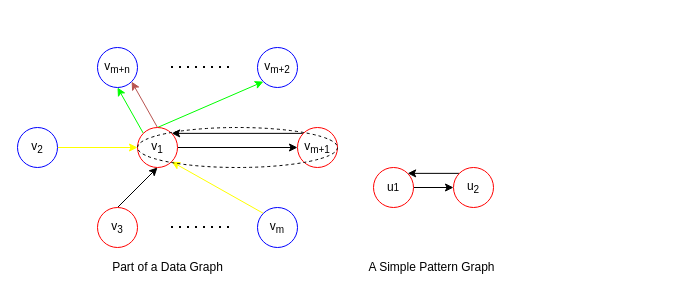
E-Neo/opgm-paper keeps this draw.io diagram as img/celebrity_star.drawio. Above is the earlier version. Source tidied: cells renumbered, new cells numbered last; positions are measured from the earlier drawing's top-left corner, leaving out a move shared by most shapes. Both pictures are drawn from the tidied source at 100%, with x=0, y=0 at pixel (17, 47).
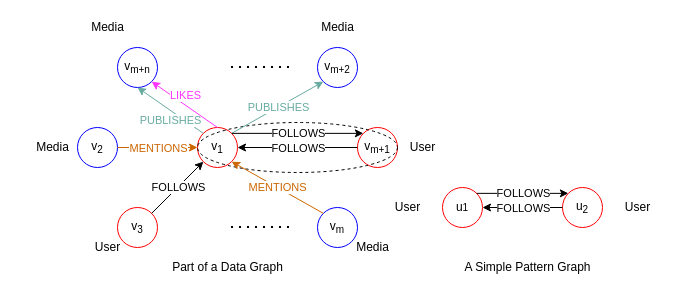
Above is the later version.

Change to the diagram source:
```diff
@@
-    <mxCell id="2" style="edgeStyle=none;rounded=0;jettySize=auto;html=1;exitX=1;exitY=0.5;exitDx=0;exitDy=0;entryX=0;entryY=0.5;entryDx=0;entryDy=0;" parent="1" edge="1" source="6" target="12">
-      <mxGeometry relative="1" as="geometry" />
-    </mxCell>
-    <mxCell id="3" style="rounded=0;jettySize=auto;html=1;exitX=0;exitY=0;exitDx=0;exitDy=0;entryX=0.5;entryY=1;entryDx=0;entryDy=0;strokeColor=#00FF00;" parent="1" edge="1" source="6" target="22">
-      <mxGeometry relative="1" as="geometry" />
-    </mxCell>
-    <mxCell id="4" style="edgeStyle=none;rounded=0;jettySize=auto;html=1;exitX=0.5;exitY=0;exitDx=0;exitDy=0;entryX=0;entryY=1;entryDx=0;entryDy=0;strokeColor=#00FF00;" parent="1" edge="1" source="6" target="23">
-      <mxGeometry relative="1" as="geometry" />
-    </mxCell>
-    <mxCell id="5" style="rounded=0;jettySize=auto;html=1;exitX=0.5;exitY=0;exitDx=0;exitDy=0;entryX=1;entryY=1;entryDx=0;entryDy=0;fillColor=#f8cecc;strokeColor=#b85450;" parent="1" edge="1" source="6" target="22">
-      <mxGeometry relative="1" as="geometry" />
-    </mxCell>
     <mxCell id="6" value="v&lt;sub&gt;1&lt;/sub&gt;" style="ellipse;whiteSpace=wrap;html=1;strokeColor=#FF0000;" parent="1" vertex="1">
-      <mxGeometry x="120" y="80" width="40" height="40" as="geometry" />
+      <mxGeometry x="180" y="80" width="40" height="40" as="geometry" />
     </mxCell>
-    <mxCell id="7" style="edgeStyle=none;rounded=0;jettySize=auto;html=1;exitX=1;exitY=0.5;exitDx=0;exitDy=0;strokeColor=#FFFF00;" parent="1" edge="1" source="8" target="6">
-      <mxGeometry relative="1" as="geometry" />
-    </mxCell>
     <mxCell id="8" value="v&lt;sub&gt;2&lt;/sub&gt;" style="ellipse;whiteSpace=wrap;html=1;strokeColor=#0000FF;" parent="1" vertex="1">
-      <mxGeometry y="80" width="40" height="40" as="geometry" />
+      <mxGeometry x="60" y="80" width="40" height="40" as="geometry" />
     </mxCell>
-    <mxCell id="9" style="edgeStyle=none;rounded=0;jettySize=auto;html=1;exitX=0.5;exitY=0;exitDx=0;exitDy=0;entryX=0.5;entryY=1;entryDx=0;entryDy=0;" parent="1" edge="1" source="10" target="6">
-      <mxGeometry relative="1" as="geometry" />
-    </mxCell>
     <mxCell id="10" value="v&lt;sub&gt;3&lt;/sub&gt;" style="ellipse;whiteSpace=wrap;html=1;strokeColor=#FF0000;" parent="1" vertex="1">
-      <mxGeometry x="80" y="160" width="40" height="40" as="geometry" />
+      <mxGeometry x="100" y="160" width="40" height="40" as="geometry" />
     </mxCell>
-    <mxCell id="11" style="edgeStyle=none;rounded=0;jettySize=auto;html=1;exitX=0;exitY=0;exitDx=0;exitDy=0;entryX=1;entryY=0;entryDx=0;entryDy=0;" parent="1" edge="1" source="12" target="6">
-      <mxGeometry relative="1" as="geometry" />
-    </mxCell>
     <mxCell id="12" value="v&lt;sub&gt;m+1&lt;/sub&gt;" style="ellipse;whiteSpace=wrap;html=1;strokeColor=#FF0000;" parent="1" vertex="1">
-      <mxGeometry x="280" y="80" width="40" height="40" as="geometry" />
+      <mxGeometry x="340" y="80" width="40" height="40" as="geometry" />
     </mxCell>
-    <mxCell id="13" style="edgeStyle=none;rounded=0;jettySize=auto;html=1;exitX=0;exitY=0;exitDx=0;exitDy=0;entryX=1;entryY=1;entryDx=0;entryDy=0;strokeColor=#FFFF00;" parent="1" edge="1" source="14" target="6">
-      <mxGeometry relative="1" as="geometry" />
-    </mxCell>
     <mxCell id="14" value="v&lt;sub&gt;m&lt;/sub&gt;" style="ellipse;whiteSpace=wrap;html=1;strokeColor=#0000FF;" parent="1" vertex="1">
-      <mxGeometry x="240" y="160" width="40" height="40" as="geometry" />
+      <mxGeometry x="300" y="160" width="40" height="40" as="geometry" />
     </mxCell>
     <mxCell id="15" style="endArrow=none;dashed=1;html=1;dashPattern=1 3;strokeWidth=2;" parent="1" edge="1">
       <mxGeometry relative="1" as="geometry">
-        <mxPoint x="153.5" y="179.5" as="sourcePoint" />
-        <mxPoint x="213.5" y="179.5" as="targetPoint" />
+        <mxPoint x="213.5" y="179.5" as="sourcePoint" />
+        <mxPoint x="273.5" y="179.5" as="targetPoint" />
       </mxGeometry>
     </mxCell>
-    <mxCell id="16" style="edgeStyle=none;rounded=0;jettySize=auto;html=1;exitX=1;exitY=0.5;exitDx=0;exitDy=0;entryX=0;entryY=0.5;entryDx=0;entryDy=0;" parent="1" edge="1" source="17" target="19">
-      <mxGeometry relative="1" as="geometry" />
-    </mxCell>
     <mxCell id="17" value="u&lt;span style=&quot;font-size: 10px&quot;&gt;1&lt;/span&gt;" style="ellipse;whiteSpace=wrap;html=1;strokeColor=#FF0000;" parent="1" vertex="1">
-      <mxGeometry x="356" y="120" width="40" height="40" as="geometry" />
+      <mxGeometry x="425" y="140" width="40" height="40" as="geometry" />
     </mxCell>
-    <mxCell id="18" style="edgeStyle=none;rounded=0;jettySize=auto;html=1;exitX=0;exitY=0;exitDx=0;exitDy=0;entryX=1;entryY=0;entryDx=0;entryDy=0;" parent="1" edge="1" source="19" target="17">
-      <mxGeometry relative="1" as="geometry" />
-    </mxCell>
     <mxCell id="19" value="u&lt;sub&gt;2&lt;/sub&gt;" style="ellipse;whiteSpace=wrap;html=1;strokeColor=#FF0000;" parent="1" vertex="1">
-      <mxGeometry x="436" y="120" width="40" height="40" as="geometry" />
+      <mxGeometry x="545" y="140" width="40" height="40" as="geometry" />
     </mxCell>
     <mxCell id="20" value="Part of a Data Graph" style="text;html=1;align=center;verticalAlign=middle;" parent="1" vertex="1">
-      <mxGeometry x="85" y="210" width="130" height="20" as="geometry" />
+      <mxGeometry x="145" y="210" width="130" height="20" as="geometry" />
     </mxCell>
     <mxCell id="21" value="A Simple Pattern Graph" style="text;html=1;align=center;verticalAlign=middle;" parent="1" vertex="1">
-      <mxGeometry x="344" y="210" width="140" height="20" as="geometry" />
+      <mxGeometry x="440" y="210" width="140" height="20" as="geometry" />
     </mxCell>
     <mxCell id="22" value="v&lt;sub&gt;m+n&lt;/sub&gt;" style="ellipse;whiteSpace=wrap;html=1;strokeColor=#0000FF;" parent="1" vertex="1">
-      <mxGeometry x="80" width="40" height="40" as="geometry" />
+      <mxGeometry x="100" width="40" height="40" as="geometry" />
     </mxCell>
     <mxCell id="23" value="v&lt;sub&gt;m+2&lt;/sub&gt;" style="ellipse;whiteSpace=wrap;html=1;strokeColor=#0000FF;" parent="1" vertex="1">
-      <mxGeometry x="240" width="40" height="40" as="geometry" />
+      <mxGeometry x="300" width="40" height="40" as="geometry" />
     </mxCell>
     <mxCell id="24" style="endArrow=none;dashed=1;html=1;dashPattern=1 3;strokeWidth=2;" parent="1" edge="1">
       <mxGeometry relative="1" as="geometry">
-        <mxPoint x="153.5" y="19.5" as="sourcePoint" />
-        <mxPoint x="213.5" y="19.5" as="targetPoint" />
+        <mxPoint x="213.5" y="19.5" as="sourcePoint" />
+        <mxPoint x="273.5" y="19.5" as="targetPoint" />
       </mxGeometry>
     </mxCell>
     <mxCell id="25" style="ellipse;whiteSpace=wrap;html=1;dashed=1;fillColor=none;" parent="1" vertex="1">
-      <mxGeometry x="120" y="80" width="200" height="40" as="geometry" />
+      <mxGeometry x="180" y="75" width="200" height="50" as="geometry" />
     </mxCell>
+    <mxCell id="9" style="endArrow=classic;html=1;exitX=1;exitY=0;exitDx=0;exitDy=0;" parent="1" edge="1" source="10" target="6">
+      <mxGeometry relative="1" as="geometry" />
+    </mxCell>
+    <mxCell id="26" value="FOLLOWS" style="edgeLabel;html=1;align=center;verticalAlign=middle;" parent="9" vertex="1">
+      <mxGeometry relative="1" as="geometry" />
+    </mxCell>
+    <mxCell id="4" style="endArrow=classic;html=1;fillColor=#ffe6cc;strokeColor=#67AB9F;exitX=1;exitY=0;exitDx=0;exitDy=0;entryX=0;entryY=1;entryDx=0;entryDy=0;" parent="1" edge="1" source="6" target="23">
+      <mxGeometry relative="1" as="geometry" />
+    </mxCell>
+    <mxCell id="27" value="&lt;font&gt;PUBLISHES&lt;/font&gt;" style="edgeLabel;html=1;align=center;verticalAlign=middle;fontColor=#67AB9F;" parent="4" vertex="1">
+      <mxGeometry relative="1" as="geometry" />
+    </mxCell>
+    <mxCell id="2" style="endArrow=classic;html=1;exitX=1;exitY=0;exitDx=0;exitDy=0;entryX=0;entryY=0;entryDx=0;entryDy=0;" parent="1" edge="1" source="6" target="12">
+      <mxGeometry relative="1" as="geometry" />
+    </mxCell>
+    <mxCell id="28" value="FOLLOWS" style="edgeLabel;html=1;align=center;verticalAlign=middle;" parent="2" vertex="1">
+      <mxGeometry relative="1" as="geometry" />
+    </mxCell>
+    <mxCell id="11" style="endArrow=classic;html=1;exitX=0;exitY=0.5;exitDx=0;exitDy=0;entryX=1;entryY=0.5;entryDx=0;entryDy=0;" parent="1" edge="1" source="12" target="6">
+      <mxGeometry relative="1" as="geometry" />
+    </mxCell>
+    <mxCell id="29" value="FOLLOWS" style="edgeLabel;html=1;align=center;verticalAlign=middle;" parent="11" vertex="1">
+      <mxGeometry relative="1" as="geometry" />
+    </mxCell>
+    <mxCell id="13" style="endArrow=classic;html=1;fillColor=#ffe6cc;strokeColor=#CC6600;exitX=0;exitY=0;exitDx=0;exitDy=0;entryX=1;entryY=1;entryDx=0;entryDy=0;" parent="1" edge="1" source="14" target="6">
+      <mxGeometry relative="1" as="geometry" />
+    </mxCell>
+    <mxCell id="30" value="MENTIONS" style="edgeLabel;html=1;align=center;verticalAlign=middle;fontColor=#CC6600;" parent="13" vertex="1">
+      <mxGeometry relative="1" as="geometry" />
+    </mxCell>
+    <mxCell id="7" style="endArrow=classic;html=1;fillColor=#ffe6cc;strokeColor=#CC6600;exitX=1;exitY=0.5;exitDx=0;exitDy=0;entryX=0;entryY=0.5;entryDx=0;entryDy=0;" parent="1" edge="1" source="8" target="6">
+      <mxGeometry relative="1" as="geometry" />
+    </mxCell>
+    <mxCell id="31" value="MENTIONS" style="edgeLabel;html=1;align=center;verticalAlign=middle;fontColor=#CC6600;" parent="7" vertex="1">
+      <mxGeometry relative="1" as="geometry" />
+    </mxCell>
+    <mxCell id="32" style="endArrow=classic;html=1;fillColor=#ffe6cc;strokeColor=#67AB9F;exitX=0;exitY=0;exitDx=0;exitDy=0;entryX=0.5;entryY=1;entryDx=0;entryDy=0;" parent="1" edge="1" source="6" target="22">
+      <mxGeometry relative="1" as="geometry" />
+    </mxCell>
+    <mxCell id="33" value="&lt;font&gt;PUBLISHES&lt;/font&gt;" style="edgeLabel;html=1;align=center;verticalAlign=middle;fontColor=#67AB9F;" parent="32" vertex="1">
+      <mxGeometry relative="1" as="geometry">
+        <mxPoint x="-1" y="9" as="offset" />
+      </mxGeometry>
+    </mxCell>
+    <mxCell id="34" style="endArrow=classic;html=1;fontColor=#67AB9F;strokeColor=#FF33FF;exitX=0.5;exitY=0;exitDx=0;exitDy=0;entryX=1;entryY=1;entryDx=0;entryDy=0;" parent="1" edge="1" source="6" target="22">
+      <mxGeometry relative="1" as="geometry" />
+    </mxCell>
+    <mxCell id="35" value="LIKES" style="edgeLabel;html=1;align=center;verticalAlign=middle;fontColor=#FF33FF;" parent="34" vertex="1">
+      <mxGeometry relative="1" as="geometry">
+        <mxPoint y="-10" as="offset" />
+      </mxGeometry>
+    </mxCell>
+    <mxCell id="16" style="endArrow=classic;html=1;exitX=1;exitY=0;exitDx=0;exitDy=0;entryX=0;entryY=0;entryDx=0;entryDy=0;" parent="1" edge="1" source="17" target="19">
+      <mxGeometry relative="1" as="geometry" />
+    </mxCell>
+    <mxCell id="36" value="FOLLOWS" style="edgeLabel;html=1;align=center;verticalAlign=middle;" parent="16" vertex="1">
+      <mxGeometry relative="1" as="geometry" />
+    </mxCell>
+    <mxCell id="18" style="endArrow=classic;html=1;entryX=1;entryY=0.5;entryDx=0;entryDy=0;exitX=0;exitY=0.5;exitDx=0;exitDy=0;" parent="1" edge="1" source="19" target="17">
+      <mxGeometry relative="1" as="geometry" />
+    </mxCell>
+    <mxCell id="37" value="FOLLOWS" style="edgeLabel;html=1;align=center;verticalAlign=middle;" parent="18" vertex="1">
+      <mxGeometry relative="1" as="geometry" />
+    </mxCell>
+    <mxCell id="38" value="User" style="text;html=1;align=center;verticalAlign=middle;" parent="1" vertex="1">
+      <mxGeometry x="70" y="190" width="40" height="20" as="geometry" />
+    </mxCell>
+    <mxCell id="39" value="User" style="text;html=1;align=center;verticalAlign=middle;" parent="1" vertex="1">
+      <mxGeometry x="385" y="90" width="40" height="20" as="geometry" />
+    </mxCell>
+    <mxCell id="40" value="User" style="text;html=1;align=center;verticalAlign=middle;" parent="1" vertex="1">
+      <mxGeometry x="370" y="150" width="40" height="20" as="geometry" />
+    </mxCell>
+    <mxCell id="41" value="User" style="text;html=1;align=center;verticalAlign=middle;" parent="1" vertex="1">
+      <mxGeometry x="600" y="150" width="40" height="20" as="geometry" />
+    </mxCell>
+    <mxCell id="42" value="Media" style="text;html=1;align=center;verticalAlign=middle;" parent="1" vertex="1">
+      <mxGeometry x="330" y="190" width="50" height="20" as="geometry" />
+    </mxCell>
+    <mxCell id="43" value="Media" style="text;html=1;align=center;verticalAlign=middle;" parent="1" vertex="1">
+      <mxGeometry x="10" y="90" width="50" height="20" as="geometry" />
+    </mxCell>
+    <mxCell id="44" value="Media" style="text;html=1;align=center;verticalAlign=middle;" parent="1" vertex="1">
+      <mxGeometry x="65" y="-30" width="50" height="20" as="geometry" />
+    </mxCell>
+    <mxCell id="45" value="Media" style="text;html=1;align=center;verticalAlign=middle;" parent="1" vertex="1">
+      <mxGeometry x="295" y="-30" width="50" height="20" as="geometry" />
+    </mxCell>
```
